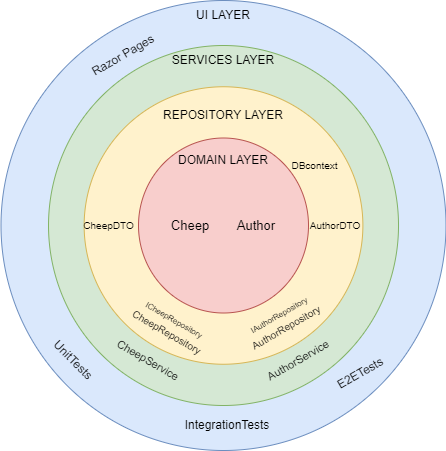
ITU-BDSA2024-GROUP25/Chirp keeps this draw.io diagram as docs/images/OnionDiagram.png. Above is the earlier version. Source tidied: cells renumbered, new cells last; positions are measured from the earlier drawing's top-left corner, leaving out a move shared by most shapes. Its diagram source:
```xml
<mxGraphModel>
  <root>
    <mxCell id="0" />
    <mxCell id="1" parent="0" />
    <mxCell id="2" style="ellipse;whiteSpace=wrap;html=1;fillColor=#dae8fc;strokeColor=#6c8ebf;" parent="1" vertex="1">
      <mxGeometry x="-0.5" width="445" height="450" as="geometry" />
    </mxCell>
    <mxCell id="3" style="ellipse;whiteSpace=wrap;html=1;fillColor=#d5e8d4;strokeColor=#82b366;" parent="1" vertex="1">
      <mxGeometry x="47" y="45" width="350" height="360" as="geometry" />
    </mxCell>
    <mxCell id="4" style="ellipse;whiteSpace=wrap;html=1;fillColor=#fff2cc;strokeColor=#d6b656;" parent="1" vertex="1">
      <mxGeometry x="82.6" y="86.2" width="278.8" height="277.5" as="geometry" />
    </mxCell>
    <mxCell id="5" style="ellipse;whiteSpace=wrap;html=1;fillColor=#f8cecc;strokeColor=#b85450;" parent="1" vertex="1">
      <mxGeometry x="137" y="137.5" width="170" height="175" as="geometry" />
    </mxCell>
    <mxCell id="6" value="DOMAIN LAYER" style="text;html=1;align=center;verticalAlign=middle;whiteSpace=wrap;rounded=0;" parent="1" vertex="1">
      <mxGeometry x="172" y="150" width="100" height="20" as="geometry" />
    </mxCell>
    <mxCell id="7" value="REPOSITORY LAYER" style="text;html=1;align=center;verticalAlign=middle;whiteSpace=wrap;rounded=0;" parent="1" vertex="1">
      <mxGeometry x="159" y="100" width="126" height="30" as="geometry" />
    </mxCell>
    <mxCell id="8" value="SERVICES LAYER" style="text;html=1;align=center;verticalAlign=middle;whiteSpace=wrap;rounded=0;" parent="1" vertex="1">
      <mxGeometry x="167" y="45" width="110" height="30" as="geometry" />
    </mxCell>
    <mxCell id="9" value="UI LAYER" style="text;html=1;align=center;verticalAlign=middle;whiteSpace=wrap;rounded=0;" parent="1" vertex="1">
      <mxGeometry x="192" width="60" height="30" as="geometry" />
    </mxCell>
    <mxCell id="10" value="&lt;font style=&quot;font-size: 13px;&quot;&gt;Cheep&lt;/font&gt;" style="text;html=1;align=center;verticalAlign=middle;whiteSpace=wrap;rounded=0;" parent="1" vertex="1">
      <mxGeometry x="159" y="210" width="60" height="30" as="geometry" />
    </mxCell>
    <mxCell id="11" value="&lt;font style=&quot;font-size: 13px;&quot;&gt;Author&lt;/font&gt;" style="text;html=1;align=center;verticalAlign=middle;whiteSpace=wrap;rounded=0;" parent="1" vertex="1">
      <mxGeometry x="225" y="210" width="60" height="30" as="geometry" />
    </mxCell>
    <mxCell id="12" value="&lt;font style=&quot;font-size: 10px;&quot;&gt;CheepDTO&lt;/font&gt;" style="text;html=1;align=center;verticalAlign=middle;whiteSpace=wrap;rounded=0;" parent="1" vertex="1">
      <mxGeometry x="62.6" y="210" width="89.4" height="30" as="geometry" />
    </mxCell>
    <mxCell id="13" value="&lt;font style=&quot;font-size: 10px;&quot;&gt;AuthorDTO&lt;/font&gt;" style="text;html=1;align=center;verticalAlign=middle;whiteSpace=wrap;rounded=0;" parent="1" vertex="1">
      <mxGeometry x="305.8" y="210" width="56.2" height="30" as="geometry" />
    </mxCell>
    <mxCell id="14" value="&lt;font style=&quot;font-size: 10px;&quot;&gt;DBcontext&lt;/font&gt;" style="text;html=1;align=center;verticalAlign=middle;whiteSpace=wrap;rounded=0;" parent="1" vertex="1">
      <mxGeometry x="285" y="150" width="57" height="30" as="geometry" />
    </mxCell>
    <mxCell id="15" value="&lt;div style=&quot;&quot;&gt;&lt;font style=&quot;font-size: 10px;&quot;&gt;&lt;span style=&quot;font-size: 8px;&quot;&gt;ICheepRepository&lt;/span&gt;&lt;br&gt;&lt;/font&gt;&lt;/div&gt;&lt;div style=&quot;&quot;&gt;&lt;font style=&quot;font-size: 10px;&quot;&gt;CheepRepository&lt;/font&gt;&lt;/div&gt;" style="text;html=1;align=center;verticalAlign=middle;whiteSpace=wrap;rounded=0;rotation=30;" parent="1" vertex="1">
      <mxGeometry x="115" y="310" width="110" height="30" as="geometry" />
    </mxCell>
    <mxCell id="16" value="&lt;div style=&quot;&quot;&gt;&lt;span style=&quot;font-size: 8px;&quot;&gt;IAuthorRepository&lt;/span&gt;&lt;span style=&quot;background-color: initial;&quot;&gt;&lt;font style=&quot;font-size: 10px;&quot;&gt;&lt;br&gt;&lt;/font&gt;&lt;/span&gt;&lt;/div&gt;&lt;div style=&quot;&quot;&gt;&lt;span style=&quot;background-color: initial;&quot;&gt;&lt;font style=&quot;font-size: 10px;&quot;&gt;AuthorRepository&lt;/font&gt;&lt;/span&gt;&lt;br&gt;&lt;/div&gt;" style="text;html=1;align=center;verticalAlign=middle;whiteSpace=wrap;rounded=0;rotation=-30;" parent="1" vertex="1">
      <mxGeometry x="226" y="300" width="110" height="40" as="geometry" />
    </mxCell>
    <mxCell id="17" value="&lt;font style=&quot;font-size: 11px;&quot;&gt;CheepService&lt;/font&gt;" style="text;html=1;align=center;verticalAlign=middle;whiteSpace=wrap;rounded=0;rotation=30;" parent="1" vertex="1">
      <mxGeometry x="92" y="340" width="110" height="40" as="geometry" />
    </mxCell>
    <mxCell id="18" value="&lt;font style=&quot;font-size: 11px;&quot;&gt;AuthorService&lt;/font&gt;" style="text;html=1;align=center;verticalAlign=middle;whiteSpace=wrap;rounded=0;rotation=-30;" parent="1" vertex="1">
      <mxGeometry x="242" y="340" width="110" height="40" as="geometry" />
    </mxCell>
    <mxCell id="19" value="Razor Pages" style="text;html=1;align=center;verticalAlign=middle;whiteSpace=wrap;rounded=0;rotation=-30;" parent="1" vertex="1">
      <mxGeometry x="72" y="40" width="100" height="30" as="geometry" />
    </mxCell>
    <mxCell id="20" value="UnitTests" style="text;html=1;align=center;verticalAlign=middle;whiteSpace=wrap;rounded=0;rotation=45;" parent="1" vertex="1">
      <mxGeometry x="42" y="345" width="60" height="30" as="geometry" />
    </mxCell>
    <mxCell id="21" value="IntegrationTests" style="text;html=1;align=center;verticalAlign=middle;whiteSpace=wrap;rounded=0;" parent="1" vertex="1">
      <mxGeometry x="176" y="410" width="100" height="30" as="geometry" />
    </mxCell>
    <mxCell id="22" value="E2ETests" style="text;html=1;align=center;verticalAlign=middle;whiteSpace=wrap;rounded=0;rotation=-30;" parent="1" vertex="1">
      <mxGeometry x="329" y="357.5" width="60" height="30" as="geometry" />
    </mxCell>
  </root>
</mxGraphModel>
```
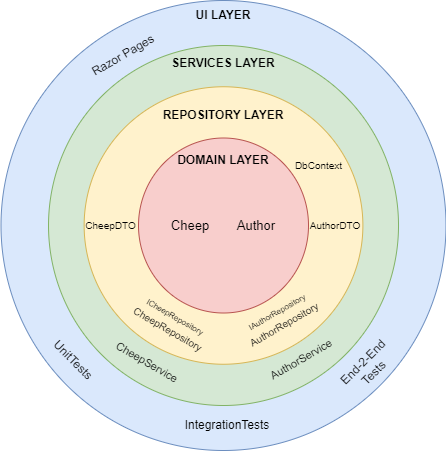
After the change.

The edit, as a diff of the source:
```diff
@@ -14,16 +14,16 @@
     <mxCell id="5" style="ellipse;whiteSpace=wrap;html=1;fillColor=#f8cecc;strokeColor=#b85450;" parent="1" vertex="1">
       <mxGeometry x="137" y="137.5" width="170" height="175" as="geometry" />
     </mxCell>
-    <mxCell id="6" value="DOMAIN LAYER" style="text;html=1;align=center;verticalAlign=middle;whiteSpace=wrap;rounded=0;" parent="1" vertex="1">
+    <mxCell id="6" value="&lt;b&gt;DOMAIN LAYER&lt;/b&gt;" style="text;html=1;align=center;verticalAlign=middle;whiteSpace=wrap;rounded=0;" parent="1" vertex="1">
       <mxGeometry x="172" y="150" width="100" height="20" as="geometry" />
     </mxCell>
-    <mxCell id="7" value="REPOSITORY LAYER" style="text;html=1;align=center;verticalAlign=middle;whiteSpace=wrap;rounded=0;" parent="1" vertex="1">
+    <mxCell id="7" value="&lt;b style=&quot;&quot;&gt;REPOSITORY LAYER&lt;/b&gt;" style="text;html=1;align=center;verticalAlign=middle;whiteSpace=wrap;rounded=0;" parent="1" vertex="1">
       <mxGeometry x="159" y="100" width="126" height="30" as="geometry" />
     </mxCell>
-    <mxCell id="8" value="SERVICES LAYER" style="text;html=1;align=center;verticalAlign=middle;whiteSpace=wrap;rounded=0;" parent="1" vertex="1">
-      <mxGeometry x="167" y="45" width="110" height="30" as="geometry" />
+    <mxCell id="8" value="&lt;b style=&quot;&quot;&gt;SERVICES LAYER&lt;/b&gt;" style="text;html=1;align=center;verticalAlign=middle;whiteSpace=wrap;rounded=0;" parent="1" vertex="1">
+      <mxGeometry x="167" y="48" width="110" height="30" as="geometry" />
     </mxCell>
-    <mxCell id="9" value="UI LAYER" style="text;html=1;align=center;verticalAlign=middle;whiteSpace=wrap;rounded=0;" parent="1" vertex="1">
+    <mxCell id="9" value="&lt;b&gt;UI LAYER&lt;/b&gt;" style="text;html=1;align=center;verticalAlign=middle;whiteSpace=wrap;rounded=0;" parent="1" vertex="1">
       <mxGeometry x="192" width="60" height="30" as="geometry" />
     </mxCell>
     <mxCell id="10" value="&lt;font style=&quot;font-size: 13px;&quot;&gt;Cheep&lt;/font&gt;" style="text;html=1;align=center;verticalAlign=middle;whiteSpace=wrap;rounded=0;" parent="1" vertex="1">
@@ -33,25 +33,25 @@
       <mxGeometry x="225" y="210" width="60" height="30" as="geometry" />
     </mxCell>
     <mxCell id="12" value="&lt;font style=&quot;font-size: 10px;&quot;&gt;CheepDTO&lt;/font&gt;" style="text;html=1;align=center;verticalAlign=middle;whiteSpace=wrap;rounded=0;" parent="1" vertex="1">
-      <mxGeometry x="62.6" y="210" width="89.4" height="30" as="geometry" />
+      <mxGeometry x="64.6" y="210" width="89.4" height="30" as="geometry" />
     </mxCell>
     <mxCell id="13" value="&lt;font style=&quot;font-size: 10px;&quot;&gt;AuthorDTO&lt;/font&gt;" style="text;html=1;align=center;verticalAlign=middle;whiteSpace=wrap;rounded=0;" parent="1" vertex="1">
       <mxGeometry x="305.8" y="210" width="56.2" height="30" as="geometry" />
     </mxCell>
-    <mxCell id="14" value="&lt;font style=&quot;font-size: 10px;&quot;&gt;DBcontext&lt;/font&gt;" style="text;html=1;align=center;verticalAlign=middle;whiteSpace=wrap;rounded=0;" parent="1" vertex="1">
-      <mxGeometry x="285" y="150" width="57" height="30" as="geometry" />
+    <mxCell id="14" value="&lt;font style=&quot;font-size: 10px;&quot;&gt;DbContext&lt;/font&gt;" style="text;html=1;align=center;verticalAlign=middle;whiteSpace=wrap;rounded=0;" parent="1" vertex="1">
+      <mxGeometry x="289" y="150" width="57" height="30" as="geometry" />
     </mxCell>
     <mxCell id="15" value="&lt;div style=&quot;&quot;&gt;&lt;font style=&quot;font-size: 10px;&quot;&gt;&lt;span style=&quot;font-size: 8px;&quot;&gt;ICheepRepository&lt;/span&gt;&lt;br&gt;&lt;/font&gt;&lt;/div&gt;&lt;div style=&quot;&quot;&gt;&lt;font style=&quot;font-size: 10px;&quot;&gt;CheepRepository&lt;/font&gt;&lt;/div&gt;" style="text;html=1;align=center;verticalAlign=middle;whiteSpace=wrap;rounded=0;rotation=30;" parent="1" vertex="1">
-      <mxGeometry x="115" y="310" width="110" height="30" as="geometry" />
+      <mxGeometry x="116" y="307" width="110" height="30" as="geometry" />
     </mxCell>
     <mxCell id="16" value="&lt;div style=&quot;&quot;&gt;&lt;span style=&quot;font-size: 8px;&quot;&gt;IAuthorRepository&lt;/span&gt;&lt;span style=&quot;background-color: initial;&quot;&gt;&lt;font style=&quot;font-size: 10px;&quot;&gt;&lt;br&gt;&lt;/font&gt;&lt;/span&gt;&lt;/div&gt;&lt;div style=&quot;&quot;&gt;&lt;span style=&quot;background-color: initial;&quot;&gt;&lt;font style=&quot;font-size: 10px;&quot;&gt;AuthorRepository&lt;/font&gt;&lt;/span&gt;&lt;br&gt;&lt;/div&gt;" style="text;html=1;align=center;verticalAlign=middle;whiteSpace=wrap;rounded=0;rotation=-30;" parent="1" vertex="1">
-      <mxGeometry x="226" y="300" width="110" height="40" as="geometry" />
+      <mxGeometry x="224" y="297" width="110" height="40" as="geometry" />
     </mxCell>
     <mxCell id="17" value="&lt;font style=&quot;font-size: 11px;&quot;&gt;CheepService&lt;/font&gt;" style="text;html=1;align=center;verticalAlign=middle;whiteSpace=wrap;rounded=0;rotation=30;" parent="1" vertex="1">
-      <mxGeometry x="92" y="340" width="110" height="40" as="geometry" />
+      <mxGeometry x="91" y="342" width="110" height="40" as="geometry" />
     </mxCell>
     <mxCell id="18" value="&lt;font style=&quot;font-size: 11px;&quot;&gt;AuthorService&lt;/font&gt;" style="text;html=1;align=center;verticalAlign=middle;whiteSpace=wrap;rounded=0;rotation=-30;" parent="1" vertex="1">
-      <mxGeometry x="242" y="340" width="110" height="40" as="geometry" />
+      <mxGeometry x="245" y="339" width="110" height="40" as="geometry" />
     </mxCell>
     <mxCell id="19" value="Razor Pages" style="text;html=1;align=center;verticalAlign=middle;whiteSpace=wrap;rounded=0;rotation=-30;" parent="1" vertex="1">
       <mxGeometry x="72" y="40" width="100" height="30" as="geometry" />
@@ -62,8 +62,8 @@
     <mxCell id="21" value="IntegrationTests" style="text;html=1;align=center;verticalAlign=middle;whiteSpace=wrap;rounded=0;" parent="1" vertex="1">
       <mxGeometry x="176" y="410" width="100" height="30" as="geometry" />
     </mxCell>
-    <mxCell id="22" value="E2ETests" style="text;html=1;align=center;verticalAlign=middle;whiteSpace=wrap;rounded=0;rotation=-30;" parent="1" vertex="1">
-      <mxGeometry x="329" y="357.5" width="60" height="30" as="geometry" />
+    <mxCell id="22" value="End-2-End Tests" style="text;html=1;align=center;verticalAlign=middle;whiteSpace=wrap;rounded=0;rotation=-45;" parent="1" vertex="1">
+      <mxGeometry x="337" y="352" width="60" height="30" as="geometry" />
     </mxCell>
   </root>
 </mxGraphModel>
```
